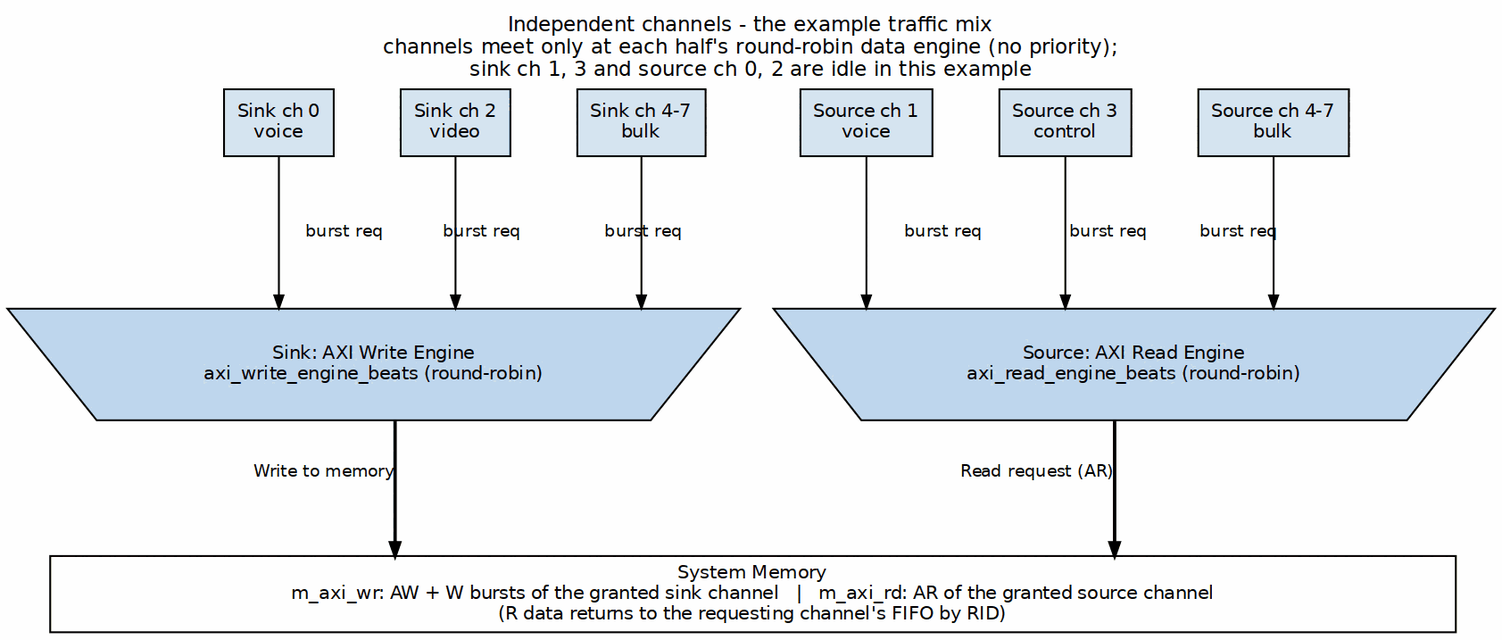
This is projects/components/dma-ip/rapids/docs/rapids_beats_has/assets/graphviz/ch04_channel_independence.png from sean-galloway/RTLDesignSherpa, a Graphviz export, as it was before one commit. Its source is kept beside it as projects/components/dma-ip/rapids/docs/rapids_beats_has/assets/graphviz/ch04_channel_independence.dot. The source it was exported from:
```dot
digraph rapids_beats_channel_independence {
    graph [rankdir=TB, bgcolor="white", fontname="Helvetica", fontsize=11,
           nodesep="0.25", ranksep="1.0", splines=ortho,
           label="Independent channels - the example traffic mix\nchannels meet only at each half's round-robin data engine (no priority);\nsink ch 1, 3 and source ch 0, 2 are idle in this example",
           labelloc=t, labeljust=c];
    node  [fontname="Helvetica", fontsize=10, shape=box, style=filled,
           fillcolor="#D6E4F0", color="black", margin="0.10,0.06"];
    edge  [fontname="Helvetica", fontsize=9, color="black", arrowsize=0.7];

    s0 [label="Sink ch 0\nvoice"];
    s2 [label="Sink ch 2\nvideo"];
    s4 [label="Sink ch 4-7\nbulk"];
    r1 [label="Source ch 1\nvoice"];
    r3 [label="Source ch 3\ncontrol"];
    r4 [label="Source ch 4-7\nbulk"];

    we [label="Sink: AXI Write Engine\naxi_write_engine_beats (round-robin)", shape=polygon, sides=4, distortion=0.2, width=3.8, fillcolor="#BFD7EE"];
    re [label="Source: AXI Read Engine\naxi_read_engine_beats (round-robin)", shape=polygon, sides=4, distortion=0.2, width=3.8, fillcolor="#BFD7EE"];

    bar [label="System Memory\nm_axi_wr: AW + W bursts of the granted sink channel   |   m_axi_rd: AR of the granted source channel\n(R data returns to the requesting channel's FIFO by RID)",
         fillcolor="white", width=10.5];

    s0 -> we [label="burst req"];
    s2 -> we [label="burst req"];
    s4 -> we [label="burst req"];
    r1 -> re [label="burst req"];
    r3 -> re [label="burst req"];
    r4 -> re [label="burst req"];
    we -> bar [xlabel="Write to memory", penwidth=1.8];
    re -> bar [xlabel="Read request (AR)", penwidth=1.8];

    { rank=same; s0; s2; s4; r1; r3; r4; }
    s0 -> s2 -> s4 -> r1 -> r3 -> r4 [style=invis];
    { rank=same; we; re; }
}
```
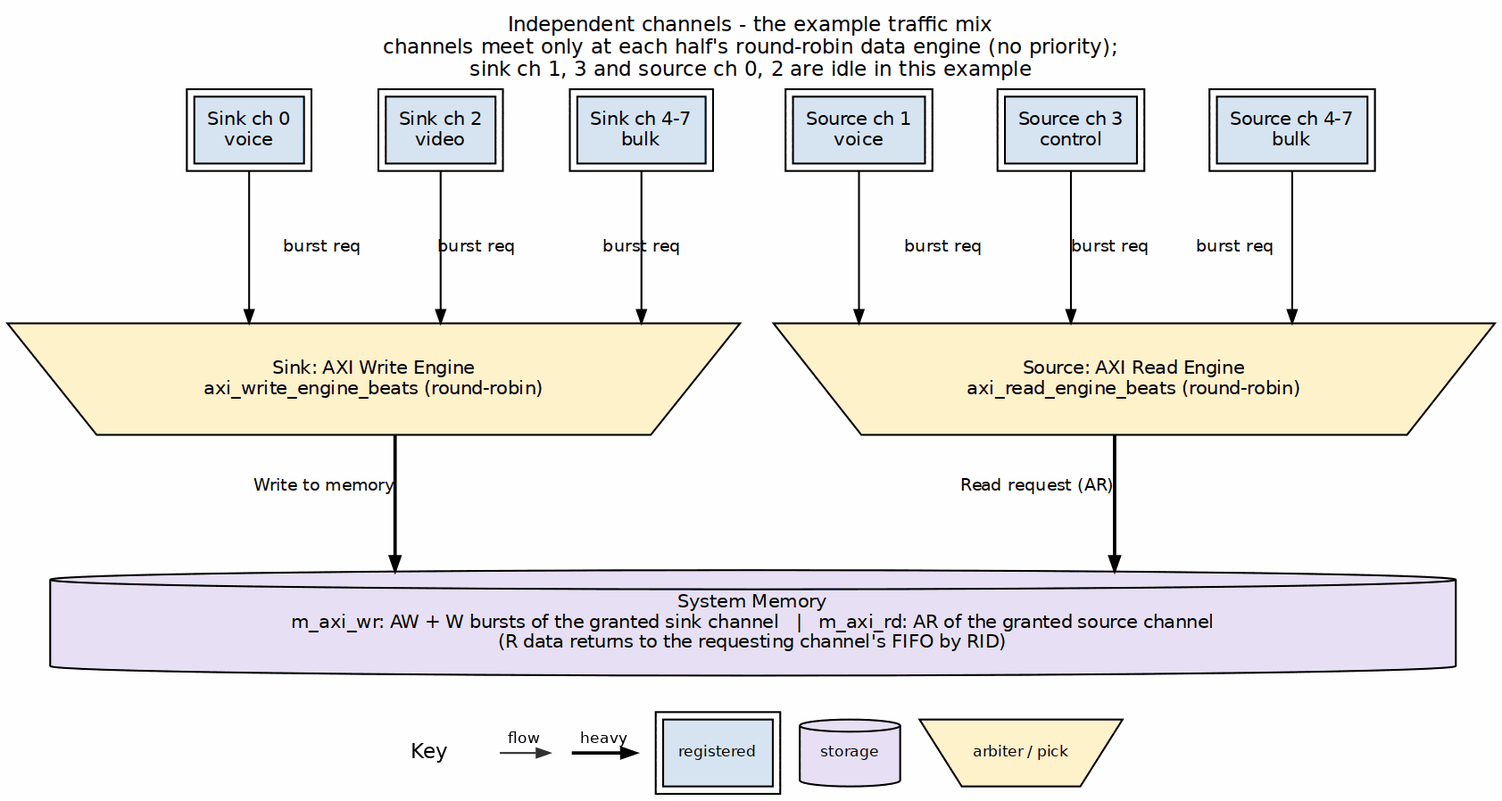
Above is the later version.

What changed in the source:
```diff
@@ -4,21 +4,21 @@
            label="Independent channels - the example traffic mix\nchannels meet only at each half's round-robin data engine (no priority);\nsink ch 1, 3 and source ch 0, 2 are idle in this example",
            labelloc=t, labeljust=c];
     node  [fontname="Helvetica", fontsize=10, shape=box, style=filled,
-           fillcolor="#D6E4F0", color="black", margin="0.10,0.06"];
+           fillcolor="white", color="black", margin="0.10,0.06"];
     edge  [fontname="Helvetica", fontsize=9, color="black", arrowsize=0.7];
 
-    s0 [label="Sink ch 0\nvoice"];
-    s2 [label="Sink ch 2\nvideo"];
-    s4 [label="Sink ch 4-7\nbulk"];
-    r1 [label="Source ch 1\nvoice"];
-    r3 [label="Source ch 3\ncontrol"];
-    r4 [label="Source ch 4-7\nbulk"];
+    s0 [label="Sink ch 0\nvoice", peripheries=2, style="filled", fillcolor="#D6E4F0"];
+    s2 [label="Sink ch 2\nvideo", peripheries=2, style="filled", fillcolor="#D6E4F0"];
+    s4 [label="Sink ch 4-7\nbulk", peripheries=2, style="filled", fillcolor="#D6E4F0"];
+    r1 [label="Source ch 1\nvoice", peripheries=2, style="filled", fillcolor="#D6E4F0"];
+    r3 [label="Source ch 3\ncontrol", peripheries=2, style="filled", fillcolor="#D6E4F0"];
+    r4 [label="Source ch 4-7\nbulk", peripheries=2, style="filled", fillcolor="#D6E4F0"];
 
-    we [label="Sink: AXI Write Engine\naxi_write_engine_beats (round-robin)", shape=polygon, sides=4, distortion=0.2, width=3.8, fillcolor="#BFD7EE"];
-    re [label="Source: AXI Read Engine\naxi_read_engine_beats (round-robin)", shape=polygon, sides=4, distortion=0.2, width=3.8, fillcolor="#BFD7EE"];
+    we [label="Sink: AXI Write Engine\naxi_write_engine_beats (round-robin)", shape=polygon, sides=4, distortion=0.2, width=3.8, fillcolor="#BFD7EE", style="filled", fillcolor="#FFF2CC"];
+    re [label="Source: AXI Read Engine\naxi_read_engine_beats (round-robin)", shape=polygon, sides=4, distortion=0.2, width=3.8, fillcolor="#BFD7EE", style="filled", fillcolor="#FFF2CC"];
 
     bar [label="System Memory\nm_axi_wr: AW + W bursts of the granted sink channel   |   m_axi_rd: AR of the granted source channel\n(R data returns to the requesting channel's FIFO by RID)",
-         fillcolor="white", width=10.5];
+         fillcolor="white", width=10.5, shape=cylinder, style="filled", fillcolor="#E8DFF5"];
 
     s0 -> we [label="burst req"];
     s2 -> we [label="burst req"];
```
